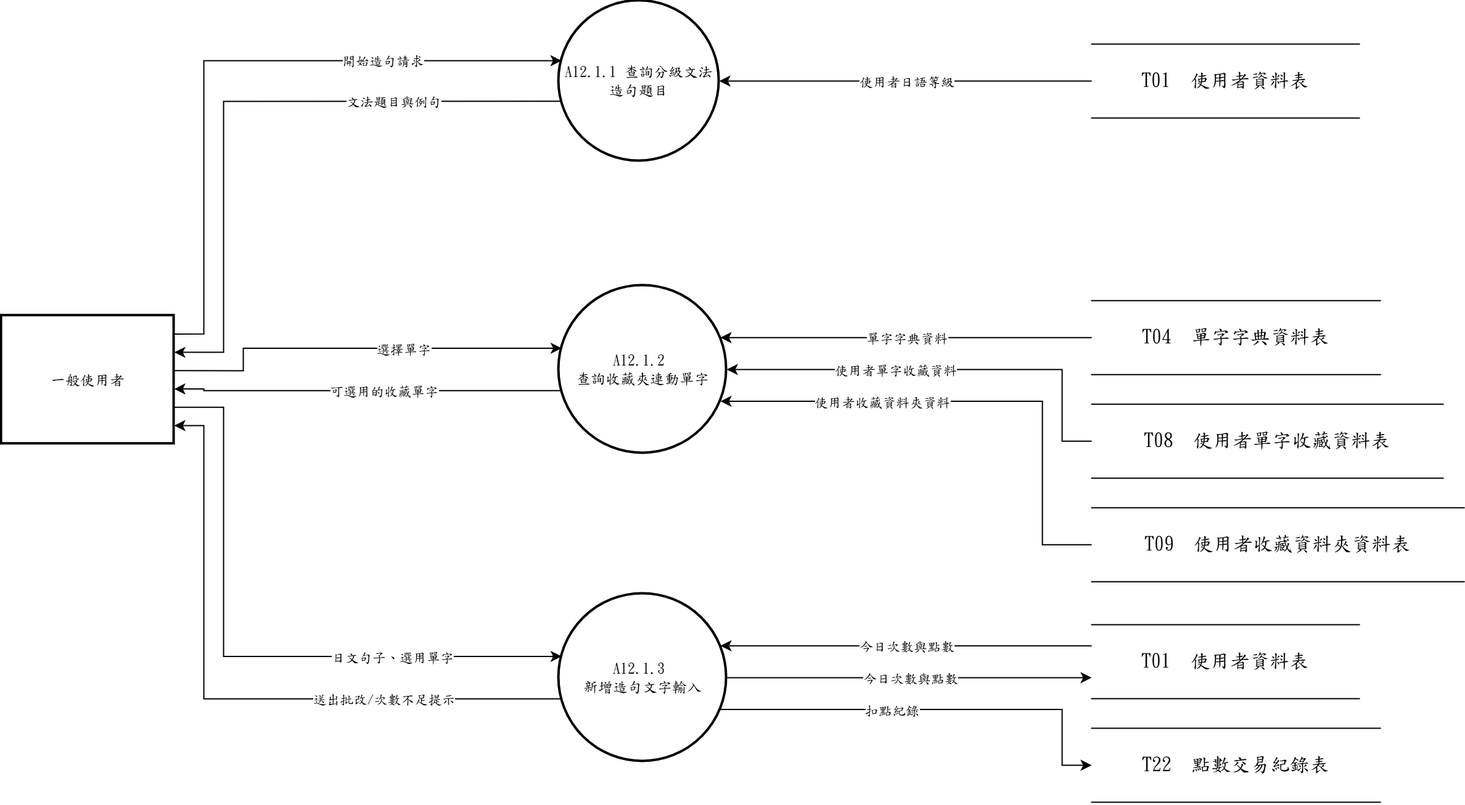
s22452007/115502 keeps this draw.io diagram as 系統文件/第6章/DFD圖/圖12/圖12-1.drawio.png. Above is the earlier version. Source tidied: cells renumbered, new cells last; positions are measured from the earlier drawing's top-left corner, leaving out a move shared by most shapes. Source of this version:
```xml
<mxGraphModel>
  <root>
    <mxCell id="0" />
    <mxCell id="1" parent="0" />
    <mxCell id="2" value="A12.1.1 查詢分級文法造句題目" style="ellipse;strokeWidth=2;whiteSpace=wrap;html=1;fontFamily=標楷體;" parent="1" vertex="1">
      <mxGeometry x="452" width="130" height="130" as="geometry" />
    </mxCell>
    <mxCell id="3" value="A12.1.2&amp;nbsp;&lt;div&gt;查詢收藏夾連動單字&lt;/div&gt;" style="ellipse;strokeWidth=2;whiteSpace=wrap;html=1;fontFamily=標楷體;" parent="1" vertex="1">
      <mxGeometry x="452" y="231" width="136" height="136" as="geometry" />
    </mxCell>
    <mxCell id="4" value="A12.1.3&amp;nbsp;&lt;div&gt;新增造句文字輸入&lt;/div&gt;" style="ellipse;strokeWidth=2;whiteSpace=wrap;html=1;fontFamily=標楷體;" parent="1" vertex="1">
      <mxGeometry x="452" y="481" width="136" height="136" as="geometry" />
    </mxCell>
    <mxCell id="5" value="一般使用者" style="whiteSpace=wrap;strokeWidth=2;html=1;fontFamily=標楷體;" parent="1" vertex="1">
      <mxGeometry y="255.4" width="140" height="104" as="geometry" />
    </mxCell>
    <mxCell id="6" value="T01  使用者資料表" style="shape=partialRectangle;whiteSpace=wrap;html=1;left=0;right=0;fontFamily=標楷體;fontSize=16;" parent="1" vertex="1">
      <mxGeometry x="884" y="35" width="217" height="60" as="geometry" />
    </mxCell>
    <mxCell id="7" value="T04  單字字典資料表" style="shape=partialRectangle;whiteSpace=wrap;html=1;left=0;right=0;fontFamily=標楷體;fontSize=16;" parent="1" vertex="1">
      <mxGeometry x="884" y="243.2" width="234" height="60" as="geometry" />
    </mxCell>
    <mxCell id="8" value="T08  使用者單字收藏資料表" style="shape=partialRectangle;whiteSpace=wrap;html=1;left=0;right=0;fontFamily=標楷體;fontSize=16;" parent="1" vertex="1">
      <mxGeometry x="884" y="327.2" width="285" height="60" as="geometry" />
    </mxCell>
    <mxCell id="9" value="T09  使用者收藏資料夾資料表" style="shape=partialRectangle;whiteSpace=wrap;html=1;left=0;right=0;fontFamily=標楷體;fontSize=16;" parent="1" vertex="1">
      <mxGeometry x="884" y="411.2" width="302" height="60" as="geometry" />
    </mxCell>
    <mxCell id="10" value="T01  使用者資料表" style="shape=partialRectangle;whiteSpace=wrap;html=1;left=0;right=0;fontFamily=標楷體;fontSize=16;" parent="1" vertex="1">
      <mxGeometry x="884" y="506.1" width="217" height="60" as="geometry" />
    </mxCell>
    <mxCell id="11" value="T22  點數交易紀錄表" style="shape=partialRectangle;whiteSpace=wrap;html=1;left=0;right=0;fontFamily=標楷體;fontSize=16;" parent="1" vertex="1">
      <mxGeometry x="884" y="590.1" width="234" height="60" as="geometry" />
    </mxCell>
    <mxCell id="12" style="edgeStyle=none;rounded=0;html=1;fontFamily=標楷體;endArrow=classic;exitX=1.0000;exitY=0.1429;exitDx=0;exitDy=0;exitPerimeter=0;entryX=0.0163;entryY=0.3733;entryDx=0;entryDy=0;entryPerimeter=0;" parent="1" edge="1" source="5" target="2">
      <mxGeometry relative="1" as="geometry">
        <Array as="points">
          <mxPoint x="164" y="270.2" />
          <mxPoint x="164" y="48.5" />
        </Array>
      </mxGeometry>
    </mxCell>
    <mxCell id="13" value="開始造句請求" style="edgeLabel;html=1;align=center;verticalAlign=middle;fontFamily=標楷體;" parent="12" vertex="1">
      <mxGeometry x="0.46" relative="1" as="geometry" />
    </mxCell>
    <mxCell id="14" style="edgeStyle=none;rounded=0;html=1;fontFamily=標楷體;endArrow=classic;exitX=0.0000;exitY=0.5000;exitDx=0;exitDy=0;exitPerimeter=0;entryX=1.0000;entryY=0.5000;entryDx=0;entryDy=0;entryPerimeter=0;" parent="1" edge="1" source="6" target="2">
      <mxGeometry relative="1" as="geometry" />
    </mxCell>
    <mxCell id="15" value="使用者日語等級" style="edgeLabel;html=1;align=center;verticalAlign=middle;fontFamily=標楷體;" parent="14" vertex="1">
      <mxGeometry relative="1" as="geometry" />
    </mxCell>
    <mxCell id="16" style="edgeStyle=none;rounded=0;html=1;fontFamily=標楷體;endArrow=classic;exitX=0.0163;exitY=0.6267;exitDx=0;exitDy=0;exitPerimeter=0;entryX=1.0000;entryY=0.2857;entryDx=0;entryDy=0;entryPerimeter=0;" parent="1" edge="1" source="2" target="5">
      <mxGeometry relative="1" as="geometry">
        <Array as="points">
          <mxPoint x="180" y="81.5" />
          <mxPoint x="180" y="285.1" />
        </Array>
      </mxGeometry>
    </mxCell>
    <mxCell id="17" value="文法題目與例句" style="edgeLabel;html=1;align=center;verticalAlign=middle;fontFamily=標楷體;" parent="16" vertex="1">
      <mxGeometry x="-0.47" relative="1" as="geometry" />
    </mxCell>
    <mxCell id="18" style="edgeStyle=none;rounded=0;html=1;fontFamily=標楷體;endArrow=classic;exitX=1.0000;exitY=0.4286;exitDx=0;exitDy=0;exitPerimeter=0;entryX=0.0163;entryY=0.3733;entryDx=0;entryDy=0;entryPerimeter=0;" parent="1" edge="1" source="5" target="3">
      <mxGeometry relative="1" as="geometry">
        <Array as="points">
          <mxPoint x="196" y="300" />
          <mxPoint x="196" y="281.8" />
        </Array>
      </mxGeometry>
    </mxCell>
    <mxCell id="19" value="選擇單字" style="edgeLabel;html=1;align=center;verticalAlign=middle;fontFamily=標楷體;" parent="18" vertex="1">
      <mxGeometry x="0.22" relative="1" as="geometry" />
    </mxCell>
    <mxCell id="20" style="edgeStyle=none;rounded=0;html=1;fontFamily=標楷體;endArrow=classic;exitX=0.0000;exitY=0.5000;exitDx=0;exitDy=0;exitPerimeter=0;entryX=1.0000;entryY=0.5000;entryDx=0;entryDy=0;entryPerimeter=0;" parent="1" edge="1" source="8" target="3">
      <mxGeometry relative="1" as="geometry">
        <Array as="points">
          <mxPoint x="860" y="357.2" />
          <mxPoint x="860" y="299" />
        </Array>
      </mxGeometry>
    </mxCell>
    <mxCell id="21" value="使用者單字收藏資料" style="edgeLabel;html=1;align=center;verticalAlign=middle;fontFamily=標楷體;" parent="20" vertex="1">
      <mxGeometry x="0.23" relative="1" as="geometry" />
    </mxCell>
    <mxCell id="22" style="edgeStyle=none;rounded=0;html=1;fontFamily=標楷體;endArrow=classic;exitX=0.0000;exitY=0.5000;exitDx=0;exitDy=0;exitPerimeter=0;entryX=0.9625;entryY=0.6900;entryDx=0;entryDy=0;entryPerimeter=0;" parent="1" edge="1" source="9" target="3">
      <mxGeometry relative="1" as="geometry">
        <Array as="points">
          <mxPoint x="844" y="441.2" />
          <mxPoint x="844" y="324.8" />
        </Array>
      </mxGeometry>
    </mxCell>
    <mxCell id="23" value="使用者收藏資料夾資料" style="edgeLabel;html=1;align=center;verticalAlign=middle;fontFamily=標楷體;" parent="22" vertex="1">
      <mxGeometry x="0.37" relative="1" as="geometry" />
    </mxCell>
    <mxCell id="24" style="edgeStyle=none;rounded=0;html=1;fontFamily=標楷體;endArrow=classic;exitX=0.0000;exitY=0.5000;exitDx=0;exitDy=0;exitPerimeter=0;entryX=0.9625;entryY=0.3100;entryDx=0;entryDy=0;entryPerimeter=0;" parent="1" edge="1" source="7" target="3">
      <mxGeometry relative="1" as="geometry" />
    </mxCell>
    <mxCell id="25" value="單字字典資料" style="edgeLabel;html=1;align=center;verticalAlign=middle;fontFamily=標楷體;" parent="24" vertex="1">
      <mxGeometry relative="1" as="geometry" />
    </mxCell>
    <mxCell id="26" style="edgeStyle=none;rounded=0;html=1;fontFamily=標楷體;endArrow=classic;exitX=0.0163;exitY=0.6267;exitDx=0;exitDy=0;exitPerimeter=0;entryX=1.0000;entryY=0.5714;entryDx=0;entryDy=0;entryPerimeter=0;" parent="1" edge="1" source="3" target="5">
      <mxGeometry relative="1" as="geometry">
        <Array as="points">
          <mxPoint x="164" y="316.2" />
          <mxPoint x="164" y="314.8" />
        </Array>
      </mxGeometry>
    </mxCell>
    <mxCell id="27" value="可選用的收藏單字" style="edgeLabel;html=1;align=center;verticalAlign=middle;fontFamily=標楷體;" parent="26" vertex="1">
      <mxGeometry x="-0.08" relative="1" as="geometry" />
    </mxCell>
    <mxCell id="28" style="edgeStyle=none;rounded=0;html=1;fontFamily=標楷體;endArrow=classic;exitX=1.0000;exitY=0.7143;exitDx=0;exitDy=0;exitPerimeter=0;entryX=0.0163;entryY=0.3733;entryDx=0;entryDy=0;entryPerimeter=0;" parent="1" edge="1" source="5" target="4">
      <mxGeometry relative="1" as="geometry">
        <Array as="points">
          <mxPoint x="180" y="329.7" />
          <mxPoint x="180" y="531.8" />
        </Array>
      </mxGeometry>
    </mxCell>
    <mxCell id="29" value="日文句子、選用單字" style="edgeLabel;html=1;align=center;verticalAlign=middle;fontFamily=標楷體;" parent="28" vertex="1">
      <mxGeometry x="0.47" relative="1" as="geometry" />
    </mxCell>
    <mxCell id="30" style="edgeStyle=none;rounded=0;html=1;fontFamily=標楷體;endArrow=classic;exitX=0.0000;exitY=0.2847;exitDx=0;exitDy=0;exitPerimeter=0;entryX=0.9625;entryY=0.3100;entryDx=0;entryDy=0;entryPerimeter=0;" parent="1" edge="1" source="10" target="4">
      <mxGeometry relative="1" as="geometry" />
    </mxCell>
    <mxCell id="31" value="今日次數與點數" style="edgeLabel;html=1;align=center;verticalAlign=middle;fontFamily=標楷體;" parent="30" vertex="1">
      <mxGeometry relative="1" as="geometry" />
    </mxCell>
    <mxCell id="32" style="edgeStyle=none;rounded=0;html=1;fontFamily=標楷體;endArrow=classic;exitX=0.0163;exitY=0.6267;exitDx=0;exitDy=0;exitPerimeter=0;entryX=1.0000;entryY=0.8571;entryDx=0;entryDy=0;entryPerimeter=0;" parent="1" edge="1" source="4" target="5">
      <mxGeometry relative="1" as="geometry">
        <Array as="points">
          <mxPoint x="164" y="566.2" />
          <mxPoint x="164" y="344.5" />
        </Array>
      </mxGeometry>
    </mxCell>
    <mxCell id="33" value="送出批改/次數不足提示" style="edgeLabel;html=1;align=center;verticalAlign=middle;fontFamily=標楷體;" parent="32" vertex="1">
      <mxGeometry x="-0.46" relative="1" as="geometry" />
    </mxCell>
    <mxCell id="34" style="edgeStyle=none;rounded=0;html=1;fontFamily=標楷體;endArrow=classic;exitX=1.0000;exitY=0.5000;exitDx=0;exitDy=0;exitPerimeter=0;entryX=0.0000;entryY=0.7153;entryDx=0;entryDy=0;entryPerimeter=0;" parent="1" edge="1" source="4" target="10">
      <mxGeometry relative="1" as="geometry" />
    </mxCell>
    <mxCell id="35" value="今日次數與點數" style="edgeLabel;html=1;align=center;verticalAlign=middle;fontFamily=標楷體;" parent="34" vertex="1">
      <mxGeometry relative="1" as="geometry" />
    </mxCell>
    <mxCell id="36" style="edgeStyle=none;rounded=0;html=1;fontFamily=標楷體;endArrow=classic;exitX=0.9625;exitY=0.6900;exitDx=0;exitDy=0;exitPerimeter=0;entryX=0.0000;entryY=0.5000;entryDx=0;entryDy=0;entryPerimeter=0;" parent="1" edge="1" source="4" target="11">
      <mxGeometry relative="1" as="geometry">
        <Array as="points">
          <mxPoint x="860" y="574.8" />
          <mxPoint x="860" y="620.1" />
        </Array>
      </mxGeometry>
    </mxCell>
    <mxCell id="37" value="扣點紀錄" style="edgeLabel;html=1;align=center;verticalAlign=middle;fontFamily=標楷體;" parent="36" vertex="1">
      <mxGeometry x="-0.2" relative="1" as="geometry" />
    </mxCell>
  </root>
</mxGraphModel>
```
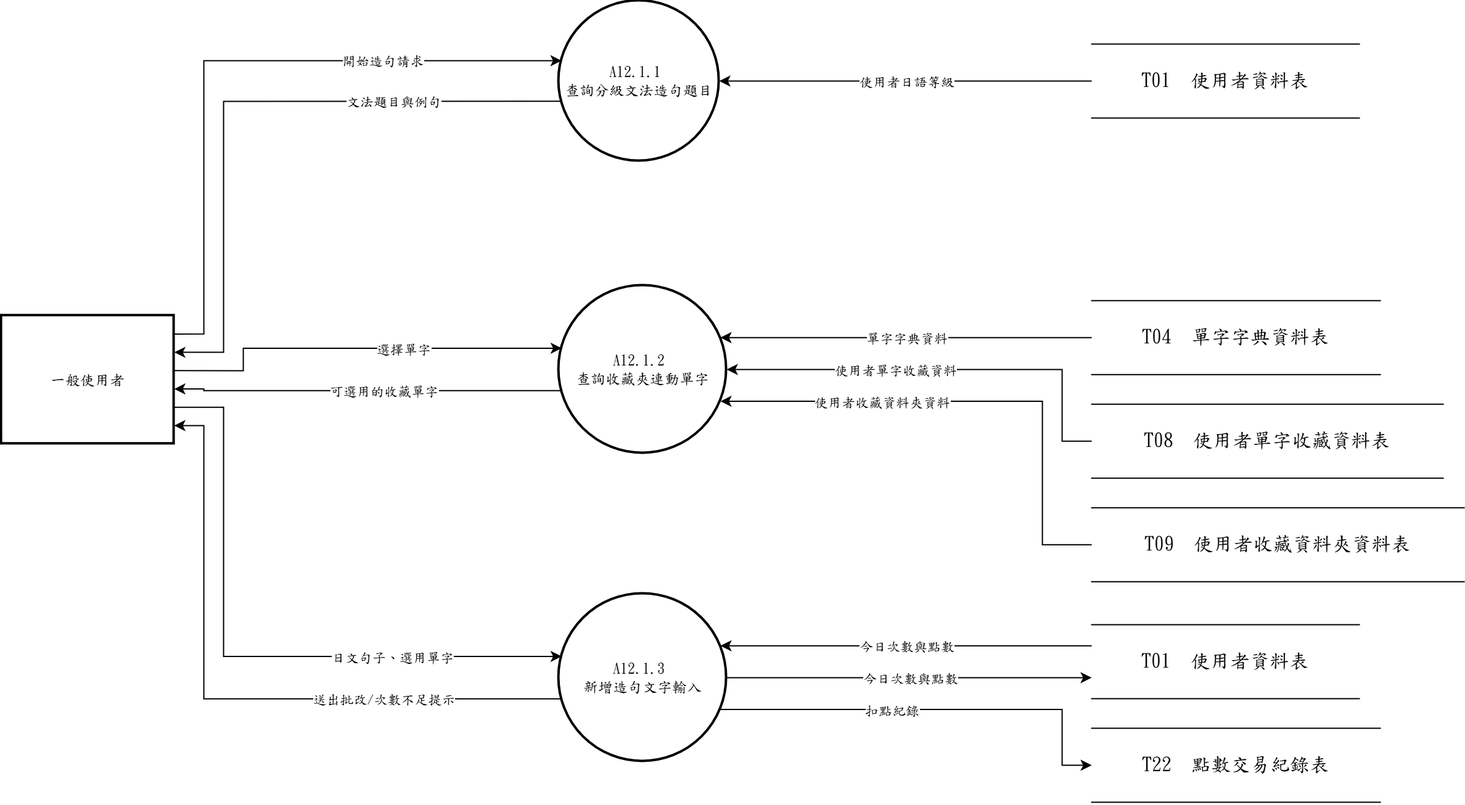
After the commit.

Change to the diagram source:
```diff
@@ -2,7 +2,7 @@
   <root>
     <mxCell id="0" />
     <mxCell id="1" parent="0" />
-    <mxCell id="2" value="A12.1.1 查詢分級文法造句題目" style="ellipse;strokeWidth=2;whiteSpace=wrap;html=1;fontFamily=標楷體;" parent="1" vertex="1">
+    <mxCell id="2" value="A12.1.1&amp;nbsp;&lt;div&gt;查詢分級文法造句題目&lt;/div&gt;" style="ellipse;strokeWidth=2;whiteSpace=wrap;html=1;fontFamily=標楷體;" parent="1" vertex="1">
       <mxGeometry x="452" width="130" height="130" as="geometry" />
     </mxCell>
     <mxCell id="3" value="A12.1.2&amp;nbsp;&lt;div&gt;查詢收藏夾連動單字&lt;/div&gt;" style="ellipse;strokeWidth=2;whiteSpace=wrap;html=1;fontFamily=標楷體;" parent="1" vertex="1">
```
